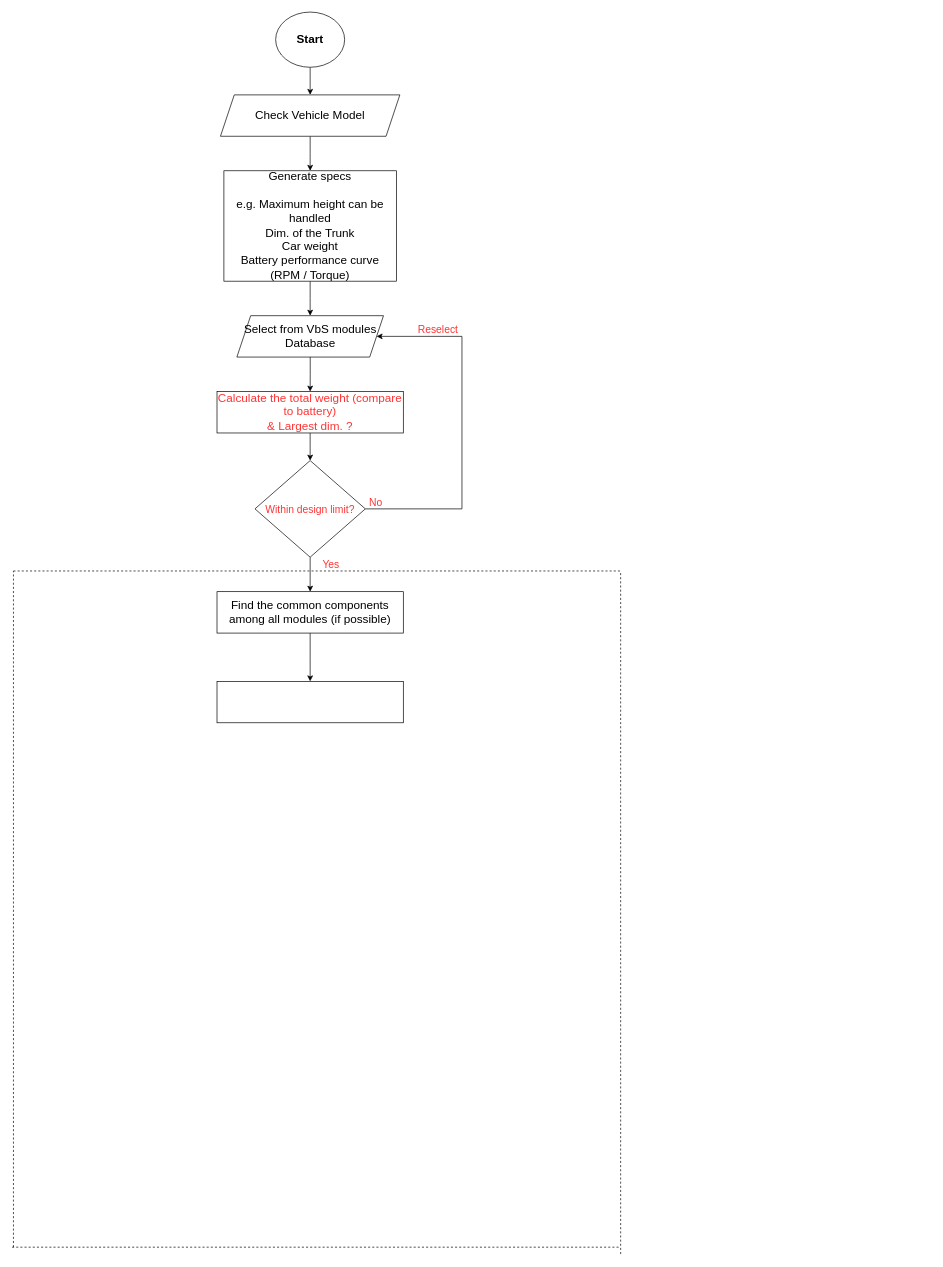
Above: page "UML" (2 of 3) of Draft01.drawio in AhmedElsayed-17/UML_aCar (draw.io), before the change. Source tidied: cells renumbered, new cells numbered last; positions are measured from the earlier drawing's top-left corner, leaving out a move shared by most shapes. Both pictures are drawn from the tidied source at 69%, with x=0, y=0 at pixel (12, 12).
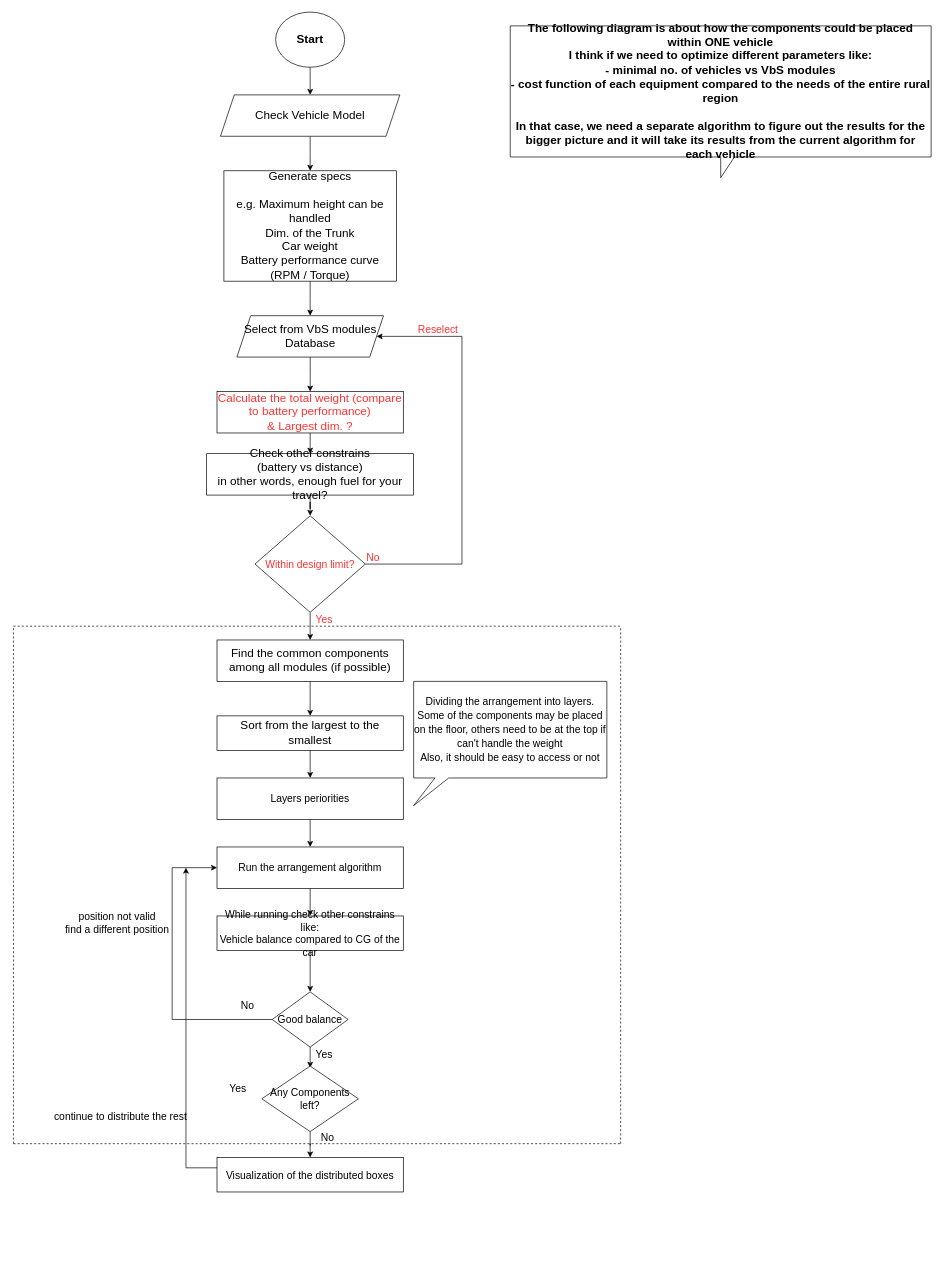
Above is the later version.

The change refers to these unchanged cells:
```xml
<mxCell id="9" value="Select from VbS modules Database" style="shape=parallelogram;perimeter=parallelogramPerimeter;whiteSpace=wrap;html=1;fixedSize=1;fontSize=17;" parent="1" vertex="1">
  <mxGeometry x="325.8" y="440" width="212.5" height="60" as="geometry" />
</mxCell>
```

What changed in the source:
```diff
@@
     <mxCell id="10" style="edgeStyle=orthogonalEdgeStyle;rounded=0;jettySize=auto;html=1;exitX=0.5;exitY=1;exitDx=0;exitDy=0;" parent="1" edge="1" source="11">
       <mxGeometry relative="1" as="geometry">
-        <mxPoint x="432" y="650" as="targetPoint" />
+        <mxPoint x="432" y="640" as="targetPoint" />
       </mxGeometry>
     </mxCell>
-    <mxCell id="11" value="&lt;div&gt;&lt;font color=&quot;#FF3333&quot;&gt;Calculate the total weight (compare to battery)&lt;br&gt;&lt;/font&gt;&lt;/div&gt;&lt;div&gt;&lt;font color=&quot;#FF3333&quot;&gt;&amp;amp; Largest dim. ?&lt;br&gt;&lt;/font&gt;&lt;/div&gt;" style="rounded=0;whiteSpace=wrap;html=1;fontSize=17;" parent="1" vertex="1">
+    <mxCell id="11" value="&lt;div&gt;&lt;font color=&quot;#FF3333&quot;&gt;Calculate the total weight (compare to battery performance)&lt;br&gt;&lt;/font&gt;&lt;/div&gt;&lt;div&gt;&lt;font color=&quot;#FF3333&quot;&gt;&amp;amp; Largest dim. ?&lt;br&gt;&lt;/font&gt;&lt;/div&gt;" style="rounded=0;whiteSpace=wrap;html=1;fontSize=17;" parent="1" vertex="1">
       <mxGeometry x="297" y="550" width="270" height="60" as="geometry" />
     </mxCell>
     <mxCell id="12" style="endArrow=none;dashed=1;html=1;rounded=0;" parent="1" edge="1">
       <mxGeometry relative="1" as="geometry">
-        <mxPoint x="2" y="810" as="sourcePoint" />
-        <mxPoint x="882" y="810" as="targetPoint" />
+        <mxPoint x="2" y="890" as="sourcePoint" />
+        <mxPoint x="882" y="890" as="targetPoint" />
       </mxGeometry>
     </mxCell>
     <mxCell id="13" style="endArrow=none;dashed=1;html=1;rounded=0;" parent="1" edge="1">
       <mxGeometry relative="1" as="geometry">
-        <mxPoint x="882" y="1800" as="sourcePoint" />
-        <mxPoint x="882" y="810" as="targetPoint" />
+        <mxPoint x="882" y="1640" as="sourcePoint" />
+        <mxPoint x="882" y="890" as="targetPoint" />
       </mxGeometry>
     </mxCell>
     <mxCell id="14" style="endArrow=none;dashed=1;html=1;rounded=0;" parent="1" edge="1">
       <mxGeometry relative="1" as="geometry">
-        <mxPoint y="1790" as="sourcePoint" />
-        <mxPoint x="880" y="1790" as="targetPoint" />
+        <mxPoint x="2" y="1640" as="sourcePoint" />
+        <mxPoint x="882" y="1640" as="targetPoint" />
       </mxGeometry>
     </mxCell>
     <mxCell id="15" style="endArrow=none;dashed=1;html=1;rounded=0;" parent="1" edge="1">
       <mxGeometry relative="1" as="geometry">
-        <mxPoint x="2" y="1790" as="sourcePoint" />
-        <mxPoint x="2" y="810" as="targetPoint" />
+        <mxPoint x="2" y="1640" as="sourcePoint" />
+        <mxPoint x="2" y="890" as="targetPoint" />
       </mxGeometry>
     </mxCell>
-    <mxCell id="16" style="edgeStyle=orthogonalEdgeStyle;rounded=0;jettySize=auto;html=1;fontSize=15;fontColor=#FF3333;" parent="1" edge="1" source="17">
-      <mxGeometry relative="1" as="geometry">
-        <mxPoint x="432" y="970" as="targetPoint" />
-      </mxGeometry>
+    <mxCell id="16" style="edgeStyle=orthogonalEdgeStyle;rounded=0;jettySize=auto;html=1;fontSize=15;fontColor=#FF3333;entryX=0.5;entryY=0;entryDx=0;entryDy=0;" parent="1" edge="1" source="17" target="26">
+      <mxGeometry relative="1" as="geometry" />
     </mxCell>
     <mxCell id="17" value="Find the common components among all modules (if possible)" style="rounded=0;whiteSpace=wrap;html=1;fontSize=17;" parent="1" vertex="1">
-      <mxGeometry x="297" y="840" width="270" height="60" as="geometry" />
+      <mxGeometry x="297" y="910" width="270" height="60" as="geometry" />
     </mxCell>
@@
-    <mxCell id="19" style="edgeStyle=orthogonalEdgeStyle;rounded=0;jettySize=auto;html=1;fontSize=15;fontColor=#FF3333;" parent="1" edge="1" source="20" target="9">
+    <mxCell id="19" style="edgeStyle=orthogonalEdgeStyle;rounded=0;jettySize=auto;html=1;fontSize=15;fontColor=#FF3333;exitX=1;exitY=0.5;exitDx=0;exitDy=0;" parent="1" edge="1" source="20" target="9">
       <mxGeometry relative="1" as="geometry">
         <Array as="points">
-          <mxPoint x="652" y="720" />
+          <mxPoint x="652" y="800" />
           <mxPoint x="652" y="470" />
         </Array>
       </mxGeometry>
     </mxCell>
     <mxCell id="20" value="&lt;font style=&quot;font-size: 15px&quot;&gt;Within design limit?&lt;/font&gt;" style="rhombus;whiteSpace=wrap;html=1;fontColor=#FF3333;" parent="1" vertex="1">
-      <mxGeometry x="352" y="650" width="160" height="140" as="geometry" />
+      <mxGeometry x="352" y="730" width="160" height="140" as="geometry" />
     </mxCell>
     <mxCell id="21" value="No" style="text;html=1;align=center;verticalAlign=middle;strokeColor=none;fillColor=none;fontSize=15;fontColor=#FF3333;" parent="1" vertex="1">
-      <mxGeometry x="512" y="700" width="30" height="20" as="geometry" />
+      <mxGeometry x="508.2" y="780" width="30" height="20" as="geometry" />
     </mxCell>
@@
     <mxCell id="23" value="Yes" style="text;html=1;align=center;verticalAlign=middle;strokeColor=none;fillColor=none;fontSize=15;fontColor=#FF3333;" parent="1" vertex="1">
-      <mxGeometry x="442" y="790" width="40" height="20" as="geometry" />
+      <mxGeometry x="432" y="870" width="40" height="20" as="geometry" />
     </mxCell>
-    <mxCell id="24" style="rounded=0;whiteSpace=wrap;html=1;fontSize=15;fontColor=#FF3333;" parent="1" vertex="1">
-      <mxGeometry x="297" y="970" width="270" height="60" as="geometry" />
-    </mxCell>
+    <mxCell id="25" style="edgeStyle=orthogonalEdgeStyle;rounded=0;jettySize=auto;html=1;entryX=0.5;entryY=0;entryDx=0;entryDy=0;fontSize=17;fontColor=#000000;" parent="1" edge="1" source="26" target="30">
+      <mxGeometry relative="1" as="geometry" />
+    </mxCell>
+    <mxCell id="26" value="&lt;font style=&quot;font-size: 17px&quot;&gt;Sort from the largest to the smallest&lt;/font&gt;" style="rounded=0;whiteSpace=wrap;html=1;fontSize=15;fontColor=#000000;" parent="1" vertex="1">
+      <mxGeometry x="297" y="1020" width="270" height="50" as="geometry" />
+    </mxCell>
+    <mxCell id="27" style="edgeStyle=orthogonalEdgeStyle;rounded=0;jettySize=auto;html=1;entryX=0.5;entryY=0;entryDx=0;entryDy=0;fontSize=17;fontColor=#000000;" parent="1" edge="1" source="28" target="20">
+      <mxGeometry relative="1" as="geometry" />
+    </mxCell>
+    <mxCell id="28" value="&lt;div&gt;Check other constrains&lt;/div&gt;&lt;div&gt;(battery vs distance)&lt;/div&gt;&lt;div&gt;in other words, enough fuel for your travel?&lt;br&gt;&lt;/div&gt;" style="rounded=0;whiteSpace=wrap;html=1;fontSize=17;" parent="1" vertex="1">
+      <mxGeometry x="282" y="640" width="300" height="60" as="geometry" />
+    </mxCell>
+    <mxCell id="29" style="edgeStyle=orthogonalEdgeStyle;rounded=0;jettySize=auto;html=1;fontSize=15;fontColor=#000000;entryX=0.5;entryY=0;entryDx=0;entryDy=0;" parent="1" edge="1" source="30" target="33">
+      <mxGeometry relative="1" as="geometry" />
+    </mxCell>
+    <mxCell id="30" value="Layers periorities" style="rounded=0;whiteSpace=wrap;html=1;fontSize=15;fontColor=#000000;" parent="1" vertex="1">
+      <mxGeometry x="297" y="1110" width="270" height="60" as="geometry" />
+    </mxCell>
+    <mxCell id="31" value="&lt;font style=&quot;font-size: 15px&quot;&gt;Dividing the arrangement into layers.&lt;br&gt;&lt;/font&gt;&lt;div&gt;&lt;font style=&quot;font-size: 15px&quot;&gt;Some of the components may be placed on the floor, others need to be at the top if can't handle the weight&lt;/font&gt;&lt;/div&gt;&lt;div&gt;&lt;font style=&quot;font-size: 15px&quot;&gt;Also, it should be easy to access or not&lt;br&gt;&lt;/font&gt;&lt;/div&gt;" style="shape=callout;whiteSpace=wrap;html=1;perimeter=calloutPerimeter;fontSize=17;fontColor=#000000;size=40;position=0.11;base=20;position2=0;" parent="1" vertex="1">
+      <mxGeometry x="582" y="970" width="280" height="180" as="geometry" />
+    </mxCell>
+    <mxCell id="32" style="edgeStyle=orthogonalEdgeStyle;rounded=0;jettySize=auto;html=1;entryX=0.5;entryY=0;entryDx=0;entryDy=0;fontSize=15;fontColor=#000000;" parent="1" edge="1" source="33" target="35">
+      <mxGeometry relative="1" as="geometry" />
+    </mxCell>
+    <mxCell id="33" value="Run the arrangement algorithm" style="rounded=0;whiteSpace=wrap;html=1;fontSize=15;fontColor=#000000;" parent="1" vertex="1">
+      <mxGeometry x="297" y="1210" width="270" height="60" as="geometry" />
+    </mxCell>
+    <mxCell id="34" style="edgeStyle=orthogonalEdgeStyle;rounded=0;jettySize=auto;html=1;entryX=0.5;entryY=0;entryDx=0;entryDy=0;fontSize=15;fontColor=#000000;" parent="1" edge="1" source="35" target="38">
+      <mxGeometry relative="1" as="geometry" />
+    </mxCell>
+    <mxCell id="35" value="While running check other constrains like:&lt;br&gt;Vehicle balance compared to CG of the car" style="rounded=0;whiteSpace=wrap;html=1;fontSize=15;fontColor=#000000;" parent="1" vertex="1">
+      <mxGeometry x="297" y="1310" width="270" height="50" as="geometry" />
+    </mxCell>
+    <mxCell id="36" style="edgeStyle=orthogonalEdgeStyle;rounded=0;jettySize=auto;html=1;exitX=0;exitY=0.5;exitDx=0;exitDy=0;fontSize=15;fontColor=#000000;entryX=0;entryY=0.5;entryDx=0;entryDy=0;" parent="1" edge="1" source="38" target="33">
+      <mxGeometry relative="1" as="geometry">
+        <Array as="points">
+          <mxPoint x="232" y="1460" />
+          <mxPoint x="232" y="1240" />
+        </Array>
+      </mxGeometry>
+    </mxCell>
+    <mxCell id="37" style="edgeStyle=orthogonalEdgeStyle;rounded=0;jettySize=auto;html=1;entryX=0.5;entryY=0;entryDx=0;entryDy=0;fontSize=15;fontColor=#000000;" parent="1" edge="1" source="38">
+      <mxGeometry relative="1" as="geometry">
+        <mxPoint x="432" y="1530" as="targetPoint" />
+      </mxGeometry>
+    </mxCell>
+    <mxCell id="38" value="Good balance" style="rhombus;whiteSpace=wrap;html=1;fontSize=15;fontColor=#000000;" parent="1" vertex="1">
+      <mxGeometry x="377" y="1420" width="110" height="80" as="geometry" />
+    </mxCell>
+    <mxCell id="39" value="Yes" style="text;html=1;align=center;verticalAlign=middle;strokeColor=none;fillColor=none;fontSize=15;fontColor=#000000;" parent="1" vertex="1">
+      <mxGeometry x="432" y="1500" width="40" height="20" as="geometry" />
+    </mxCell>
+    <mxCell id="40" value="No" style="text;html=1;align=center;verticalAlign=middle;strokeColor=none;fillColor=none;fontSize=15;fontColor=#000000;" parent="1" vertex="1">
+      <mxGeometry x="325.8" y="1430" width="30" height="20" as="geometry" />
+    </mxCell>
+    <mxCell id="41" value="&lt;div&gt;position not valid&lt;/div&gt;&lt;div&gt;find a different position&lt;br&gt;&lt;/div&gt;" style="text;html=1;align=center;verticalAlign=middle;strokeColor=none;fillColor=none;fontSize=15;fontColor=#000000;" parent="1" vertex="1">
+      <mxGeometry x="82" y="1300" width="140" height="40" as="geometry" />
+    </mxCell>
+    <mxCell id="42" style="edgeStyle=orthogonalEdgeStyle;rounded=0;jettySize=auto;html=1;entryX=0.5;entryY=0;entryDx=0;entryDy=0;fontSize=15;fontColor=#000000;" parent="1" edge="1" source="43" target="46">
+      <mxGeometry relative="1" as="geometry" />
+    </mxCell>
+    <mxCell id="43" value="Any Components left?" style="rhombus;whiteSpace=wrap;html=1;fontSize=15;fontColor=#000000;" parent="1" vertex="1">
+      <mxGeometry x="362" y="1527.5" width="140" height="95" as="geometry" />
+    </mxCell>
+    <mxCell id="44" value="Yes" style="text;html=1;align=center;verticalAlign=middle;strokeColor=none;fillColor=none;fontSize=15;fontColor=#000000;" parent="1" vertex="1">
+      <mxGeometry x="307" y="1550" width="40" height="20" as="geometry" />
+    </mxCell>
+    <mxCell id="45" style="edgeStyle=orthogonalEdgeStyle;rounded=0;jettySize=auto;html=1;fontSize=15;fontColor=#000000;" parent="1" edge="1" source="46">
+      <mxGeometry relative="1" as="geometry">
+        <mxPoint x="252" y="1240" as="targetPoint" />
+        <Array as="points">
+          <mxPoint x="252" y="1675" />
+          <mxPoint x="252" y="1460" />
+        </Array>
+      </mxGeometry>
+    </mxCell>
+    <mxCell id="46" value="Visualization of the distributed boxes" style="rounded=0;whiteSpace=wrap;html=1;fontSize=15;fontColor=#000000;" parent="1" vertex="1">
+      <mxGeometry x="297" y="1660" width="270" height="50" as="geometry" />
+    </mxCell>
+    <mxCell id="47" value="continue to distribute the rest" style="text;html=1;align=center;verticalAlign=middle;strokeColor=none;fillColor=none;fontSize=15;fontColor=#000000;" parent="1" vertex="1">
+      <mxGeometry x="72" y="1590" width="170" height="20" as="geometry" />
+    </mxCell>
+    <mxCell id="48" value="No" style="text;html=1;align=center;verticalAlign=middle;strokeColor=none;fillColor=none;fontSize=15;fontColor=#000000;" parent="1" vertex="1">
+      <mxGeometry x="442" y="1620" width="30" height="20" as="geometry" />
+    </mxCell>
+    <mxCell id="49" value="&lt;div style=&quot;font-size: 17px&quot;&gt;&lt;font style=&quot;font-size: 17px&quot;&gt;&lt;b&gt;The following diagram is about how the components could be placed within ONE vehicle&lt;/b&gt;&lt;/font&gt;&lt;/div&gt;&lt;div style=&quot;font-size: 17px&quot;&gt;&lt;font style=&quot;font-size: 17px&quot;&gt;&lt;b&gt;I think if we need to optimize different parameters like:&lt;/b&gt;&lt;/font&gt;&lt;/div&gt;&lt;div style=&quot;font-size: 17px&quot;&gt;&lt;font style=&quot;font-size: 17px&quot;&gt;&lt;b&gt;- minimal no. of vehicles vs VbS modules&lt;/b&gt;&lt;/font&gt;&lt;/div&gt;&lt;div style=&quot;font-size: 17px&quot;&gt;&lt;font style=&quot;font-size: 17px&quot;&gt;&lt;b&gt;- cost function of each equipment compared to the needs of the entire rural region&lt;/b&gt;&lt;/font&gt;&lt;/div&gt;&lt;div style=&quot;font-size: 17px&quot;&gt;&lt;font style=&quot;font-size: 17px&quot;&gt;&lt;b&gt;&lt;br&gt;In that case, we need a separate algorithm to figure out the results for the bigger picture and it will take its results from the current algorithm for each vehicle&lt;br&gt;&lt;/b&gt;&lt;/font&gt;&lt;/div&gt;" style="shape=callout;whiteSpace=wrap;html=1;perimeter=calloutPerimeter;fontSize=15;fontColor=#000000;" parent="1" vertex="1">
+      <mxGeometry x="722" y="20" width="610" height="220" as="geometry" />
+    </mxCell>
```
